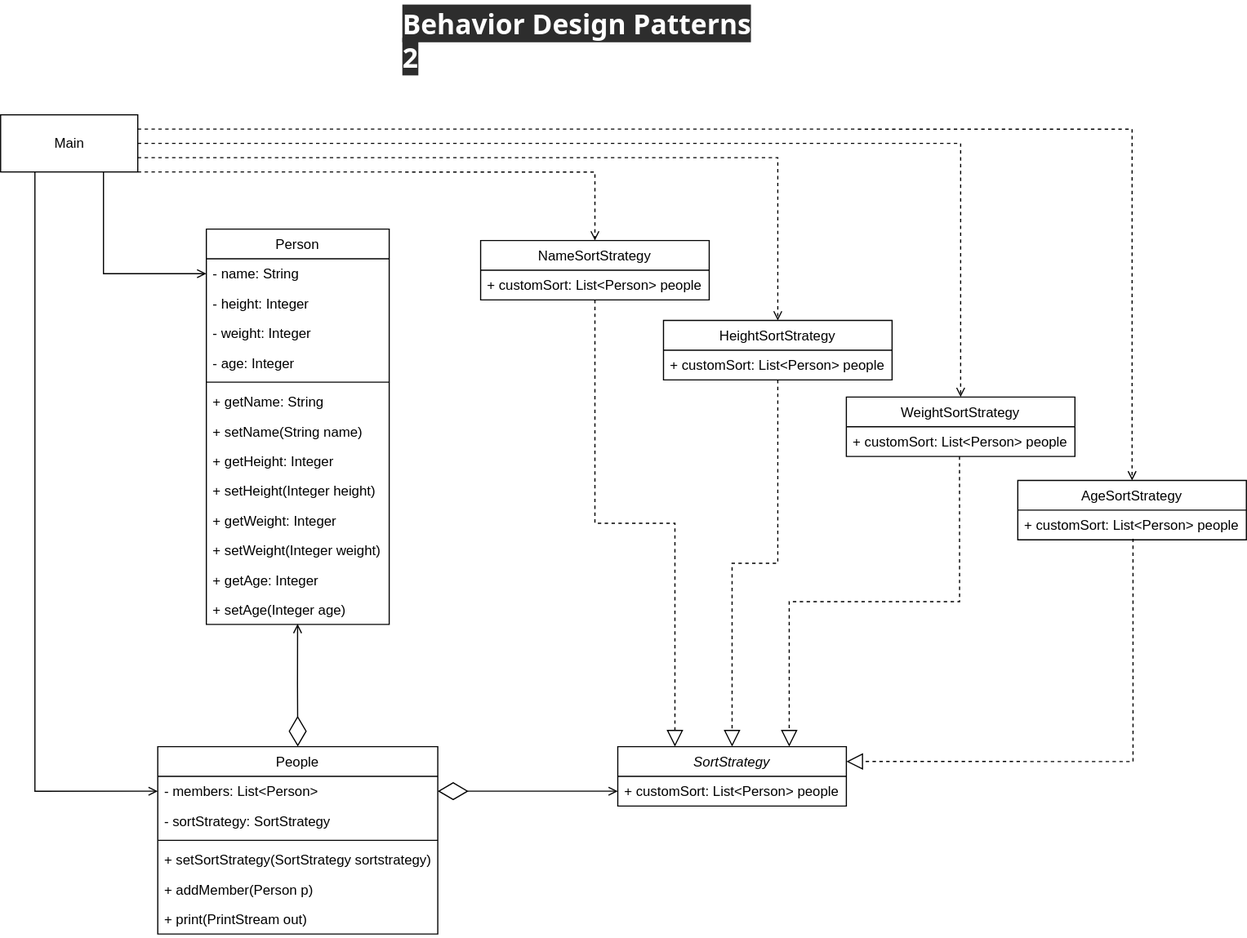
This is SoftArchDesign#4/Behavior Design Patterns 2.drawio.svg from dnrecording/SAD, a draw.io export, as it was before one commit. Source tidied: cells renumbered, new cells last; positions are measured from the earlier drawing's top-left corner, leaving out a move shared by most shapes. Source of this version:
```xml
<mxGraphModel>
  <root>
    <mxCell id="0" />
    <mxCell id="1" parent="0" />
    <mxCell id="2" value="&lt;span style=&quot;color: rgb(255, 255, 255); font-family: &amp;quot;segoe ui web&amp;quot;, &amp;quot;segoe ui&amp;quot;, &amp;quot;segoe wp&amp;quot;, &amp;quot;segoe ui emoji&amp;quot;, tahoma, arial, sans-serif; font-size: 24px; font-style: normal; font-weight: 600; letter-spacing: normal; text-indent: 0px; text-transform: none; word-spacing: 0px; background-color: rgb(45, 45, 45); display: inline; float: none;&quot;&gt;Behavior Design Patterns 2&lt;/span&gt;" style="text;whiteSpace=wrap;html=1;" parent="1" vertex="1">
      <mxGeometry x="350" width="320" height="30" as="geometry" />
    </mxCell>
    <mxCell id="3" value="SortStrategy" style="swimlane;fontStyle=2;horizontal=1;startSize=26;fillColor=none;" parent="1" vertex="1">
      <mxGeometry x="540" y="653" width="200" height="52" as="geometry" />
    </mxCell>
    <mxCell id="4" value="+ customSort: List&lt;Person&gt; people" style="text;strokeColor=none;fillColor=none;align=left;verticalAlign=top;spacingLeft=4;spacingRight=4;overflow=hidden;" parent="3" vertex="1">
      <mxGeometry y="26" width="200" height="26" as="geometry" />
    </mxCell>
    <mxCell id="5" value="WeightSortStrategy" style="swimlane;fontStyle=0;horizontal=1;startSize=26;fillColor=none;" parent="1" vertex="1">
      <mxGeometry x="740" y="347" width="200" height="52" as="geometry" />
    </mxCell>
    <mxCell id="6" value="+ customSort: List&lt;Person&gt; people" style="text;strokeColor=none;fillColor=none;align=left;verticalAlign=top;spacingLeft=4;spacingRight=4;overflow=hidden;points=[[0,0.5],[1,0.5]];portConstraint=eastwest;" parent="5" vertex="1">
      <mxGeometry y="26" width="200" height="26" as="geometry" />
    </mxCell>
    <mxCell id="7" value="HeightSortStrategy" style="swimlane;fontStyle=0;horizontal=1;startSize=26;fillColor=none;" parent="1" vertex="1">
      <mxGeometry x="580" y="280" width="200" height="52" as="geometry" />
    </mxCell>
    <mxCell id="8" value="+ customSort: List&lt;Person&gt; people" style="text;strokeColor=none;fillColor=none;align=left;verticalAlign=top;spacingLeft=4;spacingRight=4;overflow=hidden;" parent="7" vertex="1">
      <mxGeometry y="26" width="200" height="26" as="geometry" />
    </mxCell>
    <mxCell id="9" value="AgeSortStrategy" style="swimlane;fontStyle=0;horizontal=1;startSize=26;fillColor=none;" parent="1" vertex="1">
      <mxGeometry x="890" y="420" width="200" height="52" as="geometry" />
    </mxCell>
    <mxCell id="10" value="+ customSort: List&lt;Person&gt; people" style="text;strokeColor=none;fillColor=none;align=left;verticalAlign=top;spacingLeft=4;spacingRight=4;overflow=hidden;points=[[0,0.5],[1,0.5]];portConstraint=eastwest;" parent="9" vertex="1">
      <mxGeometry y="26" width="200" height="26" as="geometry" />
    </mxCell>
    <mxCell id="11" value="NameSortStrategy" style="swimlane;fontStyle=0;horizontal=1;startSize=26;fillColor=none;" parent="1" vertex="1">
      <mxGeometry x="420" y="210" width="200" height="52" as="geometry" />
    </mxCell>
    <mxCell id="12" value="+ customSort: List&lt;Person&gt; people" style="text;strokeColor=none;fillColor=none;align=left;verticalAlign=top;spacingLeft=4;spacingRight=4;overflow=hidden;" parent="11" vertex="1">
      <mxGeometry y="26" width="200" height="26" as="geometry" />
    </mxCell>
    <mxCell id="13" style="endArrow=block;dashed=1;endFill=0;endSize=12;html=1;rounded=0;entryX=0.25;entryY=0;entryDx=0;entryDy=0;edgeStyle=orthogonalEdgeStyle;" parent="1" edge="1" source="11" target="3">
      <mxGeometry relative="1" as="geometry" />
    </mxCell>
    <mxCell id="14" style="endArrow=block;dashed=1;endFill=0;endSize=12;html=1;rounded=0;exitX=0.504;exitY=0.962;exitDx=0;exitDy=0;entryX=1;entryY=0.25;entryDx=0;entryDy=0;edgeStyle=orthogonalEdgeStyle;exitPerimeter=0;" parent="1" edge="1" source="10" target="3">
      <mxGeometry relative="1" as="geometry" />
    </mxCell>
    <mxCell id="15" style="endArrow=block;dashed=1;endFill=0;endSize=12;html=1;rounded=0;edgeStyle=orthogonalEdgeStyle;entryX=0.5;entryY=0;entryDx=0;entryDy=0;" parent="1" edge="1" source="7" target="3">
      <mxGeometry relative="1" as="geometry" />
    </mxCell>
    <mxCell id="16" style="endArrow=block;dashed=1;endFill=0;endSize=12;html=1;rounded=0;edgeStyle=orthogonalEdgeStyle;entryX=0.75;entryY=0;entryDx=0;entryDy=0;exitX=0.495;exitY=0.997;exitDx=0;exitDy=0;exitPerimeter=0;" parent="1" edge="1" source="6" target="3">
      <mxGeometry relative="1" as="geometry" />
    </mxCell>
    <mxCell id="17" value="People" style="swimlane;fontStyle=0;align=center;verticalAlign=top;horizontal=1;startSize=26;" parent="1" vertex="1">
      <mxGeometry x="137.5" y="653" width="245" height="164" as="geometry" />
    </mxCell>
    <mxCell id="18" value="- members: List&lt;Person&gt;" style="text;strokeColor=none;fillColor=none;align=left;verticalAlign=top;spacingLeft=4;spacingRight=4;overflow=hidden;points=[[0,0.5],[1,0.5]];portConstraint=eastwest;" parent="17" vertex="1">
      <mxGeometry y="26" width="245" height="26" as="geometry" />
    </mxCell>
    <mxCell id="19" value="- sortStrategy: SortStrategy" style="text;strokeColor=none;fillColor=none;align=left;verticalAlign=top;spacingLeft=4;spacingRight=4;overflow=hidden;" parent="17" vertex="1">
      <mxGeometry y="52" width="245" height="26" as="geometry" />
    </mxCell>
    <mxCell id="20" style="line;strokeWidth=1;fillColor=none;align=left;verticalAlign=middle;spacingTop=-1;spacingLeft=3;spacingRight=3;labelPosition=right;" parent="17" vertex="1">
      <mxGeometry y="78" width="245" height="8" as="geometry" />
    </mxCell>
    <mxCell id="21" value="+ setSortStrategy(SortStrategy sortstrategy)" style="text;strokeColor=none;fillColor=none;align=left;verticalAlign=top;spacingLeft=4;spacingRight=4;overflow=hidden;" parent="17" vertex="1">
      <mxGeometry y="86" width="245" height="26" as="geometry" />
    </mxCell>
    <mxCell id="22" value="+ addMember(Person p)" style="text;strokeColor=none;fillColor=none;align=left;verticalAlign=top;spacingLeft=4;spacingRight=4;overflow=hidden;" parent="17" vertex="1">
      <mxGeometry y="112" width="245" height="26" as="geometry" />
    </mxCell>
    <mxCell id="23" value="+ print(PrintStream out)" style="text;strokeColor=none;fillColor=none;align=left;verticalAlign=top;spacingLeft=4;spacingRight=4;overflow=hidden;" parent="17" vertex="1">
      <mxGeometry y="138" width="245" height="26" as="geometry" />
    </mxCell>
    <mxCell id="24" value="Person" style="swimlane;fontStyle=0;align=center;verticalAlign=top;horizontal=1;startSize=26;" parent="1" vertex="1">
      <mxGeometry x="180" y="200" width="160" height="346" as="geometry" />
    </mxCell>
    <mxCell id="25" value="- name: String" style="text;strokeColor=none;fillColor=none;align=left;verticalAlign=top;spacingLeft=4;spacingRight=4;overflow=hidden;points=[[0,0.5],[1,0.5]];portConstraint=eastwest;" parent="24" vertex="1">
      <mxGeometry y="26" width="160" height="26" as="geometry" />
    </mxCell>
    <mxCell id="26" value="- height: Integer" style="text;strokeColor=none;fillColor=none;align=left;verticalAlign=top;spacingLeft=4;spacingRight=4;overflow=hidden;" parent="24" vertex="1">
      <mxGeometry y="52" width="160" height="26" as="geometry" />
    </mxCell>
    <mxCell id="27" value="- weight: Integer" style="text;strokeColor=none;fillColor=none;align=left;verticalAlign=top;spacingLeft=4;spacingRight=4;overflow=hidden;" parent="24" vertex="1">
      <mxGeometry y="78" width="160" height="26" as="geometry" />
    </mxCell>
    <mxCell id="28" value="- age: Integer" style="text;strokeColor=none;fillColor=none;align=left;verticalAlign=top;spacingLeft=4;spacingRight=4;overflow=hidden;" parent="24" vertex="1">
      <mxGeometry y="104" width="160" height="26" as="geometry" />
    </mxCell>
    <mxCell id="29" style="line;strokeWidth=1;fillColor=none;align=left;verticalAlign=middle;spacingTop=-1;spacingLeft=3;spacingRight=3;labelPosition=right;" parent="24" vertex="1">
      <mxGeometry y="130" width="160" height="8" as="geometry" />
    </mxCell>
    <mxCell id="30" value="+ getName: String" style="text;strokeColor=none;fillColor=none;align=left;verticalAlign=top;spacingLeft=4;spacingRight=4;overflow=hidden;" parent="24" vertex="1">
      <mxGeometry y="138" width="160" height="26" as="geometry" />
    </mxCell>
    <mxCell id="31" value="+ setName(String name)" style="text;strokeColor=none;fillColor=none;align=left;verticalAlign=top;spacingLeft=4;spacingRight=4;overflow=hidden;" parent="24" vertex="1">
      <mxGeometry y="164" width="160" height="26" as="geometry" />
    </mxCell>
    <mxCell id="32" value="+ getHeight: Integer" style="text;strokeColor=none;fillColor=none;align=left;verticalAlign=top;spacingLeft=4;spacingRight=4;overflow=hidden;" parent="24" vertex="1">
      <mxGeometry y="190" width="160" height="26" as="geometry" />
    </mxCell>
    <mxCell id="33" value="+ setHeight(Integer height)" style="text;strokeColor=none;fillColor=none;align=left;verticalAlign=top;spacingLeft=4;spacingRight=4;overflow=hidden;" parent="24" vertex="1">
      <mxGeometry y="216" width="160" height="26" as="geometry" />
    </mxCell>
    <mxCell id="34" value="+ getWeight: Integer " style="text;strokeColor=none;fillColor=none;align=left;verticalAlign=top;spacingLeft=4;spacingRight=4;overflow=hidden;" parent="24" vertex="1">
      <mxGeometry y="242" width="160" height="26" as="geometry" />
    </mxCell>
    <mxCell id="35" value="+ setWeight(Integer weight)" style="text;strokeColor=none;fillColor=none;align=left;verticalAlign=top;spacingLeft=4;spacingRight=4;overflow=hidden;" parent="24" vertex="1">
      <mxGeometry y="268" width="160" height="26" as="geometry" />
    </mxCell>
    <mxCell id="36" value="+ getAge: Integer" style="text;strokeColor=none;fillColor=none;align=left;verticalAlign=top;spacingLeft=4;spacingRight=4;overflow=hidden;" parent="24" vertex="1">
      <mxGeometry y="294" width="160" height="26" as="geometry" />
    </mxCell>
    <mxCell id="37" value="+ setAge(Integer age)" style="text;strokeColor=none;fillColor=none;align=left;verticalAlign=top;spacingLeft=4;spacingRight=4;overflow=hidden;points=[[0,0.5],[1,0.5]];portConstraint=eastwest;" parent="24" vertex="1">
      <mxGeometry y="320" width="160" height="26" as="geometry" />
    </mxCell>
    <mxCell id="38" style="edgeStyle=orthogonalEdgeStyle;rounded=0;jettySize=auto;html=1;exitX=0.75;exitY=1;exitDx=0;exitDy=0;entryX=0;entryY=0.5;entryDx=0;entryDy=0;endArrow=open;endFill=0;" parent="1" edge="1" source="40" target="25">
      <mxGeometry relative="1" as="geometry" />
    </mxCell>
    <mxCell id="39" style="edgeStyle=orthogonalEdgeStyle;rounded=0;jettySize=auto;html=1;exitX=0.25;exitY=1;exitDx=0;exitDy=0;entryX=0;entryY=0.5;entryDx=0;entryDy=0;endArrow=open;endFill=0;" parent="1" edge="1" source="40" target="18">
      <mxGeometry relative="1" as="geometry" />
    </mxCell>
    <mxCell id="40" value="Main" style="html=1;" parent="1" vertex="1">
      <mxGeometry y="100" width="120" height="50" as="geometry" />
    </mxCell>
    <mxCell id="41" style="endArrow=diamondThin;endFill=0;endSize=24;html=1;rounded=0;startArrow=open;startFill=0;entryX=1;entryY=0.5;entryDx=0;entryDy=0;exitX=0;exitY=0.75;exitDx=0;exitDy=0;strokeWidth=1;edgeStyle=orthogonalEdgeStyle;" parent="1" edge="1" source="3" target="18">
      <mxGeometry relative="1" as="geometry" />
    </mxCell>
    <mxCell id="42" style="endArrow=diamondThin;endFill=0;endSize=24;html=1;rounded=0;startArrow=open;startFill=0;exitX=0.499;exitY=0.983;exitDx=0;exitDy=0;strokeWidth=1;edgeStyle=orthogonalEdgeStyle;exitPerimeter=0;entryX=0.5;entryY=0;entryDx=0;entryDy=0;" parent="1" edge="1" source="37" target="17">
      <mxGeometry relative="1" as="geometry" />
    </mxCell>
    <mxCell id="43" style="edgeStyle=orthogonalEdgeStyle;rounded=0;jettySize=auto;html=1;exitX=1;exitY=0.25;exitDx=0;exitDy=0;entryX=0.5;entryY=0;entryDx=0;entryDy=0;endArrow=open;endFill=0;dashed=1;" parent="1" edge="1" source="40" target="9">
      <mxGeometry relative="1" as="geometry" />
    </mxCell>
    <mxCell id="44" style="edgeStyle=orthogonalEdgeStyle;rounded=0;jettySize=auto;html=1;exitX=1;exitY=0.5;exitDx=0;exitDy=0;entryX=0.5;entryY=0;entryDx=0;entryDy=0;endArrow=open;endFill=0;dashed=1;" parent="1" edge="1" source="40" target="5">
      <mxGeometry relative="1" as="geometry" />
    </mxCell>
    <mxCell id="45" style="edgeStyle=orthogonalEdgeStyle;rounded=0;jettySize=auto;html=1;exitX=1;exitY=0.75;exitDx=0;exitDy=0;entryX=0.5;entryY=0;entryDx=0;entryDy=0;endArrow=open;endFill=0;dashed=1;" parent="1" edge="1" source="40" target="7">
      <mxGeometry relative="1" as="geometry" />
    </mxCell>
    <mxCell id="46" style="edgeStyle=orthogonalEdgeStyle;rounded=0;jettySize=auto;html=1;entryX=0.5;entryY=0;entryDx=0;entryDy=0;endArrow=open;endFill=0;dashed=1;" parent="1" edge="1" target="11">
      <mxGeometry relative="1" as="geometry">
        <mxPoint x="120" y="150" as="sourcePoint" />
      </mxGeometry>
    </mxCell>
  </root>
</mxGraphModel>
```
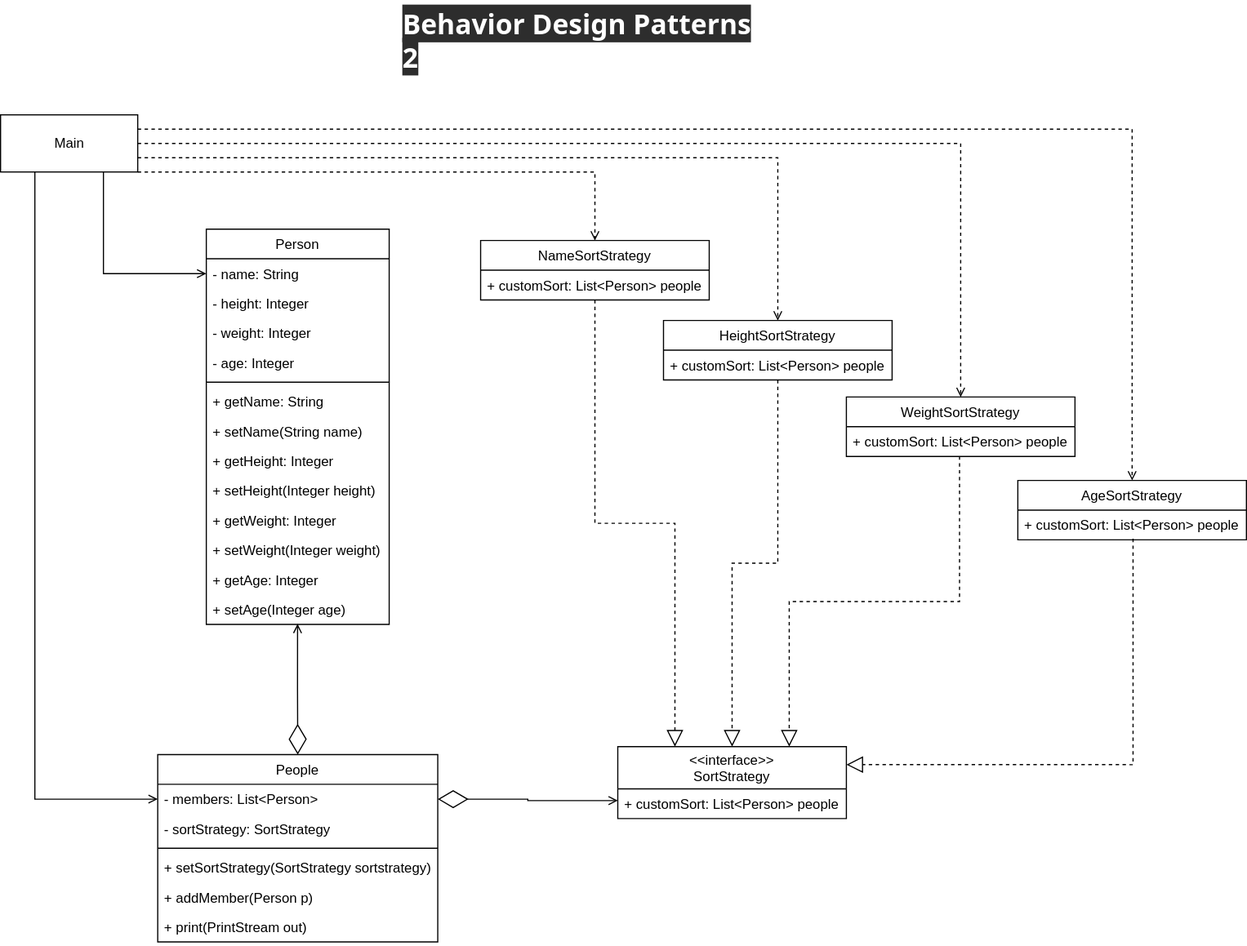
After the commit.

The edit, as a diff of the source:
```diff
@@ -5,11 +5,11 @@
     <mxCell id="2" value="&lt;span style=&quot;color: rgb(255, 255, 255); font-family: &amp;quot;segoe ui web&amp;quot;, &amp;quot;segoe ui&amp;quot;, &amp;quot;segoe wp&amp;quot;, &amp;quot;segoe ui emoji&amp;quot;, tahoma, arial, sans-serif; font-size: 24px; font-style: normal; font-weight: 600; letter-spacing: normal; text-indent: 0px; text-transform: none; word-spacing: 0px; background-color: rgb(45, 45, 45); display: inline; float: none;&quot;&gt;Behavior Design Patterns 2&lt;/span&gt;" style="text;whiteSpace=wrap;html=1;" parent="1" vertex="1">
       <mxGeometry x="350" width="320" height="30" as="geometry" />
     </mxCell>
-    <mxCell id="3" value="SortStrategy" style="swimlane;fontStyle=2;horizontal=1;startSize=26;fillColor=none;" parent="1" vertex="1">
-      <mxGeometry x="540" y="653" width="200" height="52" as="geometry" />
+    <mxCell id="3" value="&lt;&lt;interface&gt;&gt;&#10;SortStrategy" style="swimlane;fontStyle=0;horizontal=1;startSize=37;fillColor=none;" parent="1" vertex="1">
+      <mxGeometry x="540" y="653" width="200" height="63" as="geometry" />
     </mxCell>
     <mxCell id="4" value="+ customSort: List&lt;Person&gt; people" style="text;strokeColor=none;fillColor=none;align=left;verticalAlign=top;spacingLeft=4;spacingRight=4;overflow=hidden;" parent="3" vertex="1">
-      <mxGeometry y="26" width="200" height="26" as="geometry" />
+      <mxGeometry y="37" width="200" height="26" as="geometry" />
     </mxCell>
     <mxCell id="5" value="WeightSortStrategy" style="swimlane;fontStyle=0;horizontal=1;startSize=26;fillColor=none;" parent="1" vertex="1">
       <mxGeometry x="740" y="347" width="200" height="52" as="geometry" />
@@ -48,7 +48,7 @@
       <mxGeometry relative="1" as="geometry" />
     </mxCell>
     <mxCell id="17" value="People" style="swimlane;fontStyle=0;align=center;verticalAlign=top;horizontal=1;startSize=26;" parent="1" vertex="1">
-      <mxGeometry x="137.5" y="653" width="245" height="164" as="geometry" />
+      <mxGeometry x="137.5" y="660" width="245" height="164" as="geometry" />
     </mxCell>
     <mxCell id="18" value="- members: List&lt;Person&gt;" style="text;strokeColor=none;fillColor=none;align=left;verticalAlign=top;spacingLeft=4;spacingRight=4;overflow=hidden;points=[[0,0.5],[1,0.5]];portConstraint=eastwest;" parent="17" vertex="1">
       <mxGeometry y="26" width="245" height="26" as="geometry" />
```
